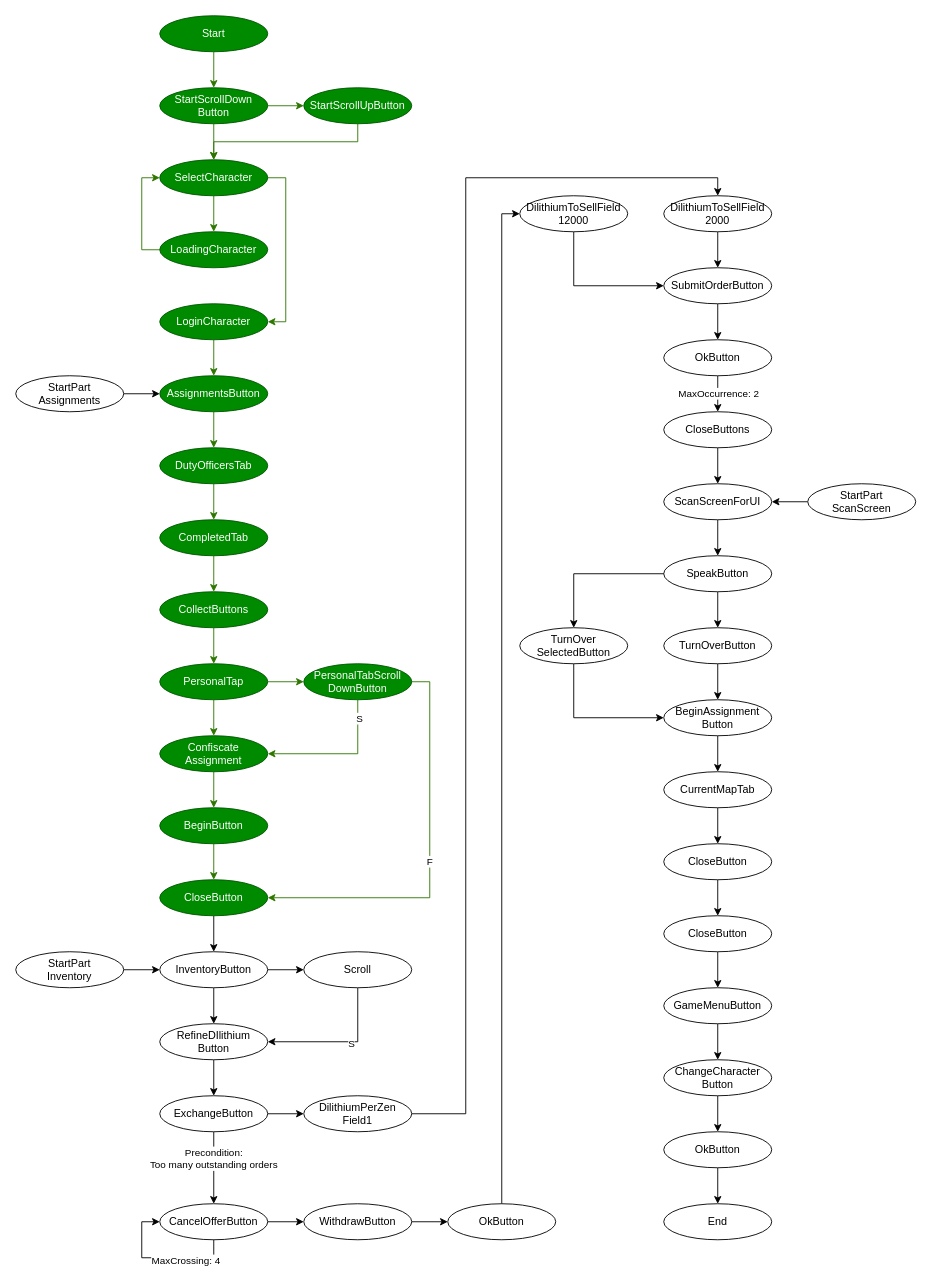
Before: AutoFarmer.drawio in Tomaszon/AutoFarmer, a draw.io diagram. Source tidied: cells renumbered, new cells numbered last; positions are measured from the earlier drawing's top-left corner, leaving out a move shared by most shapes. Both pictures are drawn from the tidied source at 90%, with x=0, y=0 at pixel (15, 15).
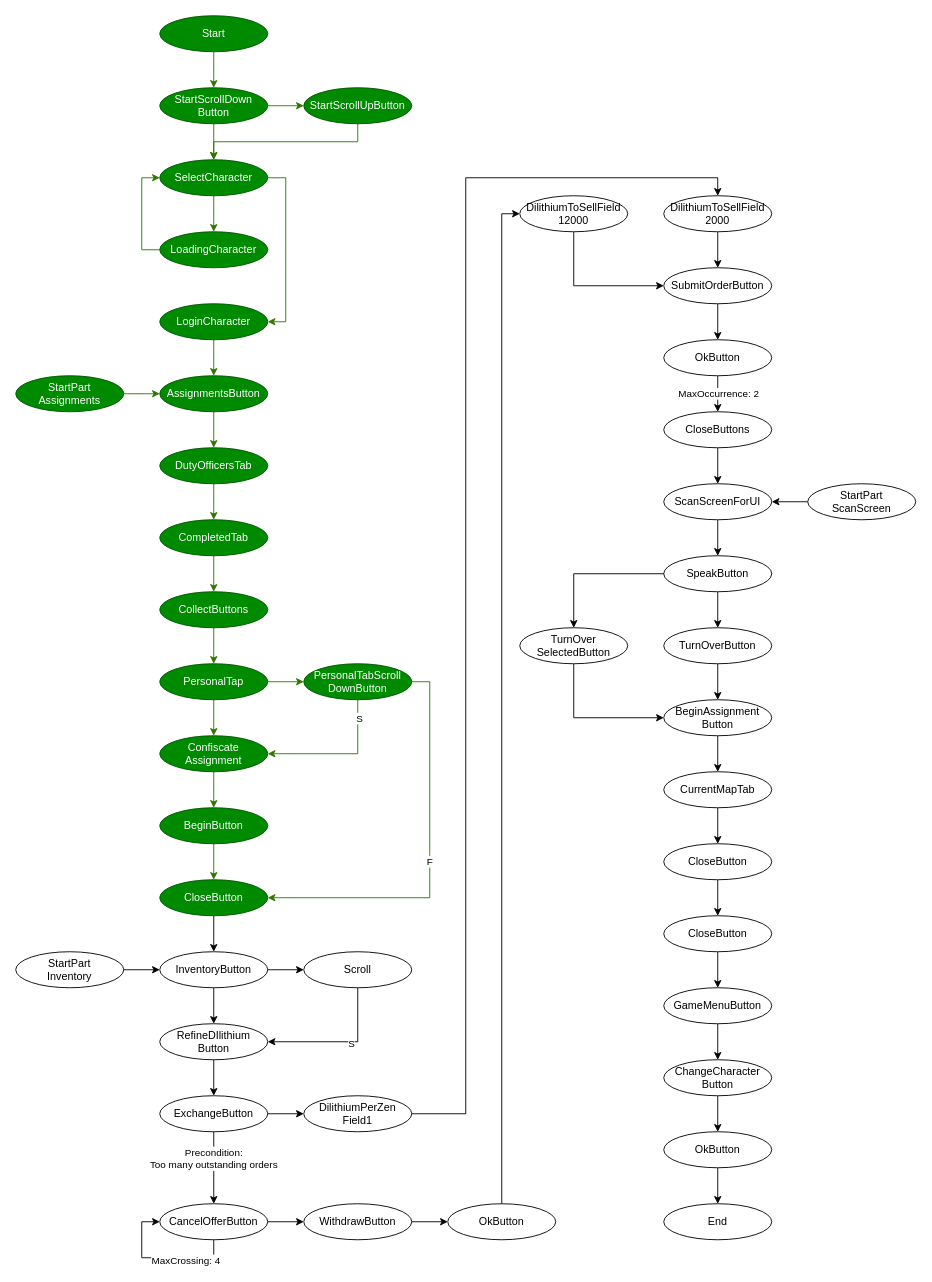
After the change.

Unchanged cells that the change refers to:
```xml
<mxCell id="6" value="AssignmentsButton" style="ellipse;whiteSpace=wrap;html=1;fillColor=#008a00;strokeColor=#005700;fontColor=#ffffff;" parent="1" vertex="1">
  <mxGeometry x="160" y="400" width="120" height="40" as="geometry" />
</mxCell>
```

Change to the diagram source:
```diff
@@
-    <mxCell id="7" style="edgeStyle=orthogonalEdgeStyle;rounded=0;jettySize=auto;html=1;exitX=1;exitY=0.5;exitDx=0;exitDy=0;entryX=0;entryY=0.5;entryDx=0;entryDy=0;" parent="1" edge="1" source="8" target="6">
+    <mxCell id="7" style="edgeStyle=orthogonalEdgeStyle;rounded=0;jettySize=auto;html=1;exitX=1;exitY=0.5;exitDx=0;exitDy=0;entryX=0;entryY=0.5;entryDx=0;entryDy=0;fillColor=#60a917;strokeColor=#2D7600;" parent="1" edge="1" source="8" target="6">
       <mxGeometry relative="1" as="geometry" />
     </mxCell>
-    <mxCell id="8" value="StartPart&lt;br&gt;Assignments" style="ellipse;whiteSpace=wrap;html=1;" parent="1" vertex="1">
+    <mxCell id="8" value="StartPart&lt;br&gt;Assignments" style="ellipse;whiteSpace=wrap;html=1;fillColor=#008a00;strokeColor=#005700;fontColor=#ffffff;" parent="1" vertex="1">
       <mxGeometry y="400" width="120" height="40" as="geometry" />
     </mxCell>
```
